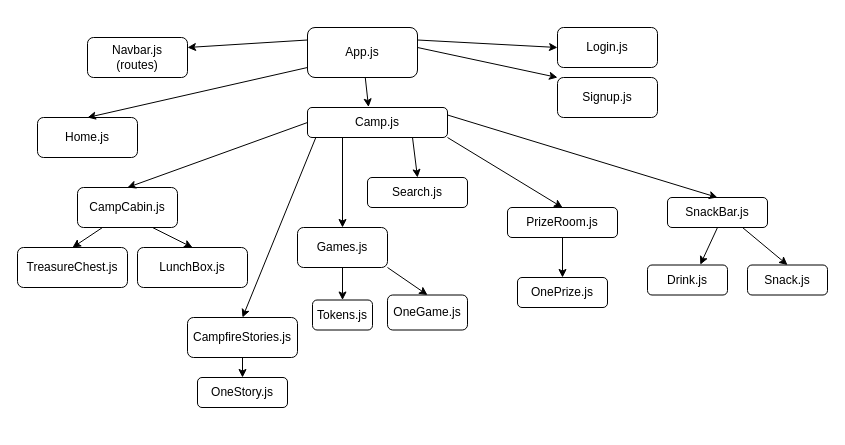
Before: react-tree.drawio in dxyz773/camp_retro, a draw.io diagram. Source tidied: cells renumbered, new cells numbered last; positions are measured from the earlier drawing's top-left corner, leaving out a move shared by most shapes. Both pictures are drawn from the tidied source at 100%, with x=0, y=0 at pixel (17, 27).
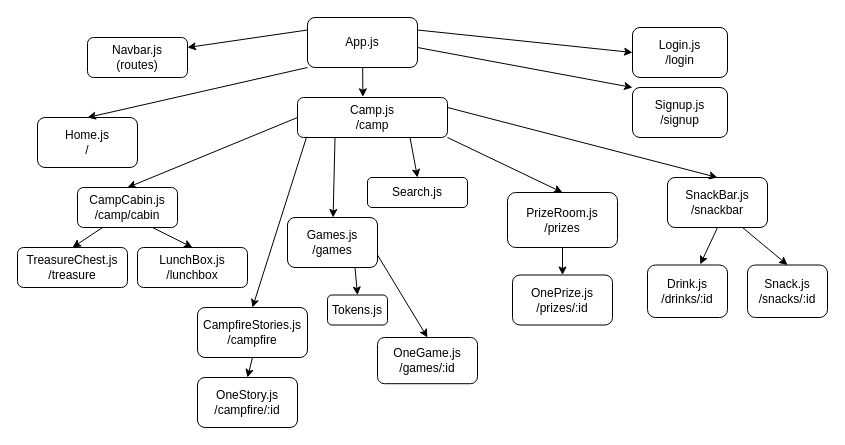
The same page after the edit.

Commit message (it also covers changes not shown here):
Add updated React Tree, Add client side routes

The edit, as a diff of the source:
```diff
@@
     <mxCell id="2" value="App.js" style="rounded=1;whiteSpace=wrap;html=1;" parent="1" vertex="1">
-      <mxGeometry x="290" width="110" height="50" as="geometry" />
+      <mxGeometry x="290" y="-10" width="110" height="50" as="geometry" />
     </mxCell>
-    <mxCell id="3" value="Home.js" style="rounded=1;whiteSpace=wrap;html=1;" parent="1" vertex="1">
-      <mxGeometry x="20" y="90" width="100" height="40" as="geometry" />
+    <mxCell id="3" value="Home.js&lt;br&gt;/" style="rounded=1;whiteSpace=wrap;html=1;" parent="1" vertex="1">
+      <mxGeometry x="20" y="90" width="100" height="50" as="geometry" />
     </mxCell>
@@
-    <mxCell id="7" value="Login.js" style="rounded=1;whiteSpace=wrap;html=1;" parent="1" vertex="1">
-      <mxGeometry x="540" width="100" height="40" as="geometry" />
+    <mxCell id="7" value="Login.js&lt;br&gt;/login" style="rounded=1;whiteSpace=wrap;html=1;" parent="1" vertex="1">
+      <mxGeometry x="615" width="95" height="50" as="geometry" />
     </mxCell>
-    <mxCell id="8" value="Signup.js" style="rounded=1;whiteSpace=wrap;html=1;" parent="1" vertex="1">
-      <mxGeometry x="540" y="50" width="100" height="40" as="geometry" />
+    <mxCell id="8" value="Signup.js&lt;br&gt;/signup" style="rounded=1;whiteSpace=wrap;html=1;" parent="1" vertex="1">
+      <mxGeometry x="615" y="60" width="95" height="50" as="geometry" />
     </mxCell>
@@
-    <mxCell id="11" value="CampCabin.js" style="rounded=1;whiteSpace=wrap;html=1;" parent="1" vertex="1">
+    <mxCell id="11" value="CampCabin.js&lt;br&gt;/camp/cabin" style="rounded=1;whiteSpace=wrap;html=1;" parent="1" vertex="1">
       <mxGeometry x="60" y="160" width="100" height="40" as="geometry" />
     </mxCell>
@@
-    <mxCell id="14" value="TreasureChest.js" style="rounded=1;whiteSpace=wrap;html=1;" parent="1" vertex="1">
+    <mxCell id="14" value="TreasureChest.js&lt;br&gt;/treasure" style="rounded=1;whiteSpace=wrap;html=1;" parent="1" vertex="1">
       <mxGeometry y="220" width="110" height="40" as="geometry" />
     </mxCell>
-    <mxCell id="15" value="SnackBar.js" style="rounded=1;whiteSpace=wrap;html=1;" parent="1" vertex="1">
-      <mxGeometry x="650" y="170" width="100" height="30" as="geometry" />
+    <mxCell id="15" value="SnackBar.js&lt;br&gt;/snackbar" style="rounded=1;whiteSpace=wrap;html=1;" parent="1" vertex="1">
+      <mxGeometry x="650" y="150" width="100" height="50" as="geometry" />
     </mxCell>
@@
-    <mxCell id="17" value="Snack.js" style="rounded=1;whiteSpace=wrap;html=1;" parent="1" vertex="1">
-      <mxGeometry x="730" y="237.5" width="80" height="30" as="geometry" />
+    <mxCell id="17" value="Snack.js&lt;br&gt;/snacks/:id" style="rounded=1;whiteSpace=wrap;html=1;" parent="1" vertex="1">
+      <mxGeometry x="730" y="237.5" width="80" height="52.5" as="geometry" />
     </mxCell>
@@
-    <mxCell id="19" value="Drink.js" style="rounded=1;whiteSpace=wrap;html=1;" parent="1" vertex="1">
-      <mxGeometry x="630" y="237.5" width="80" height="30" as="geometry" />
+    <mxCell id="19" value="Drink.js&lt;br&gt;/drinks/:id" style="rounded=1;whiteSpace=wrap;html=1;" parent="1" vertex="1">
+      <mxGeometry x="630" y="237.5" width="80" height="52.5" as="geometry" />
     </mxCell>
-    <mxCell id="20" value="Camp.js" style="rounded=1;whiteSpace=wrap;html=1;" parent="1" vertex="1">
-      <mxGeometry x="290" y="80" width="140" height="30" as="geometry" />
+    <mxCell id="20" value="Camp.js&lt;br&gt;/camp" style="rounded=1;whiteSpace=wrap;html=1;" parent="1" vertex="1">
+      <mxGeometry x="280" y="70" width="150" height="40" as="geometry" />
     </mxCell>
@@
-    <mxCell id="23" value="LunchBox.js" style="rounded=1;whiteSpace=wrap;html=1;" parent="1" vertex="1">
+    <mxCell id="23" value="LunchBox.js&lt;br&gt;/lunchbox" style="rounded=1;whiteSpace=wrap;html=1;" parent="1" vertex="1">
       <mxGeometry x="120" y="220" width="110" height="40" as="geometry" />
     </mxCell>
@@
-    <mxCell id="25" value="Games.js" style="rounded=1;whiteSpace=wrap;html=1;" parent="1" vertex="1">
-      <mxGeometry x="280" y="200" width="90" height="40" as="geometry" />
+    <mxCell id="25" value="Games.js&lt;br&gt;/games" style="rounded=1;whiteSpace=wrap;html=1;" parent="1" vertex="1">
+      <mxGeometry x="270" y="190" width="90" height="50" as="geometry" />
     </mxCell>
-    <mxCell id="26" value="OneGame.js" style="rounded=1;whiteSpace=wrap;html=1;" parent="1" vertex="1">
-      <mxGeometry x="370" y="267.5" width="80" height="35" as="geometry" />
+    <mxCell id="26" value="OneGame.js&lt;br&gt;/games/:id" style="rounded=1;whiteSpace=wrap;html=1;" parent="1" vertex="1">
+      <mxGeometry x="360" y="310" width="100" height="46.2" as="geometry" />
     </mxCell>
     <mxCell id="27" value="Tokens.js" style="rounded=1;whiteSpace=wrap;html=1;" parent="1" vertex="1">
-      <mxGeometry x="295" y="272.5" width="60" height="30" as="geometry" />
+      <mxGeometry x="310" y="267.5" width="60" height="30" as="geometry" />
     </mxCell>
@@
-    <mxCell id="29" style="endArrow=classic;html=1;exitX=1;exitY=1;exitDx=0;exitDy=0;entryX=0.5;entryY=0;entryDx=0;entryDy=0;" parent="1" edge="1" source="25" target="26">
+    <mxCell id="29" style="endArrow=classic;html=1;exitX=1;exitY=0.75;exitDx=0;exitDy=0;entryX=0.5;entryY=0;entryDx=0;entryDy=0;" parent="1" edge="1" source="25" target="26">
       <mxGeometry relative="1" as="geometry" />
     </mxCell>
-    <mxCell id="30" style="endArrow=classic;html=1;entryX=0.5;entryY=0;entryDx=0;entryDy=0;" parent="1" edge="1" source="25" target="27">
+    <mxCell id="30" style="endArrow=classic;html=1;entryX=0.5;entryY=0;entryDx=0;entryDy=0;exitX=0.75;exitY=1;exitDx=0;exitDy=0;" parent="1" edge="1" source="25" target="27">
       <mxGeometry relative="1" as="geometry" />
     </mxCell>
-    <mxCell id="31" value="CampfireStories.js" style="rounded=1;whiteSpace=wrap;html=1;" parent="1" vertex="1">
-      <mxGeometry x="170" y="290" width="110" height="40" as="geometry" />
+    <mxCell id="31" value="CampfireStories.js&lt;br&gt;/campfire" style="rounded=1;whiteSpace=wrap;html=1;" parent="1" vertex="1">
+      <mxGeometry x="180" y="280" width="110" height="50" as="geometry" />
     </mxCell>
-    <mxCell id="32" value="OneStory.js" style="rounded=1;whiteSpace=wrap;html=1;" parent="1" vertex="1">
-      <mxGeometry x="180" y="350" width="90" height="30" as="geometry" />
+    <mxCell id="32" value="OneStory.js&lt;br&gt;/campfire/:id" style="rounded=1;whiteSpace=wrap;html=1;" parent="1" vertex="1">
+      <mxGeometry x="180" y="350" width="100" height="50" as="geometry" />
     </mxCell>
@@
-    <mxCell id="35" value="PrizeRoom.js" style="rounded=1;whiteSpace=wrap;html=1;" parent="1" vertex="1">
-      <mxGeometry x="490" y="180" width="110" height="30" as="geometry" />
+    <mxCell id="35" value="PrizeRoom.js&lt;br&gt;/prizes" style="rounded=1;whiteSpace=wrap;html=1;" parent="1" vertex="1">
+      <mxGeometry x="490" y="165" width="110" height="55" as="geometry" />
     </mxCell>
-    <mxCell id="36" value="OnePrize.js" style="rounded=1;whiteSpace=wrap;html=1;" parent="1" vertex="1">
-      <mxGeometry x="500" y="250" width="90" height="30" as="geometry" />
+    <mxCell id="36" value="OnePrize.js&lt;br&gt;/prizes/:id" style="rounded=1;whiteSpace=wrap;html=1;" parent="1" vertex="1">
+      <mxGeometry x="495" y="247.5" width="100" height="50" as="geometry" />
     </mxCell>
```
